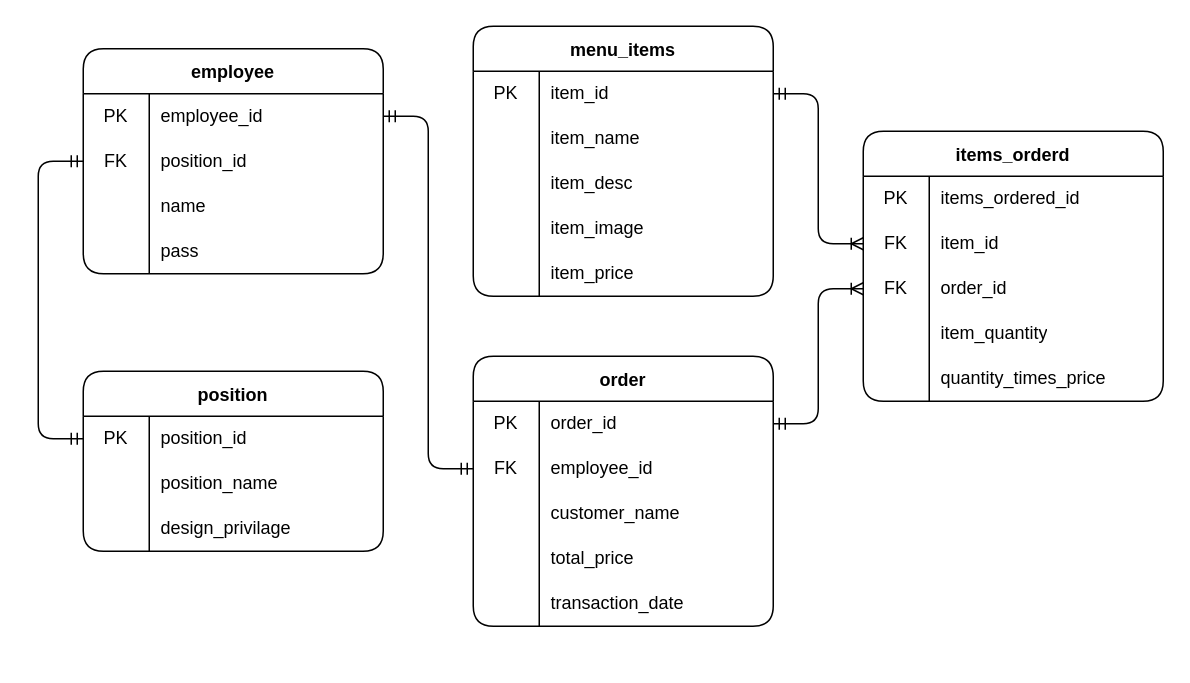
Earlier version of the draw.io diagram DOCS/Diagrams/ERD Diagram.drawio (alexxGmZ/MenuMaApp). Source tidied: cells renumbered, new cells numbered last; positions are measured from the earlier drawing's top-left corner, leaving out a move shared by most shapes. Both pictures are drawn from the tidied source at 150%, with x=0, y=0 at pixel (38, 26).
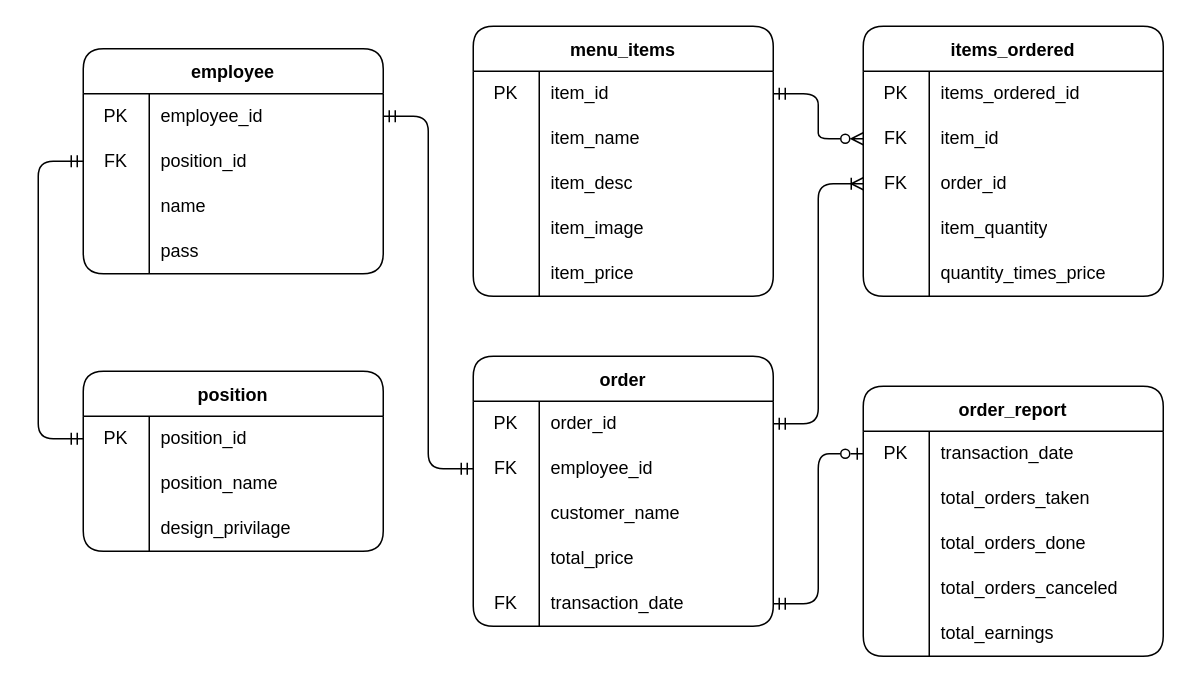
Above is the later version.

Commit message:
erd: add table for order_report

Unchanged cells that the change refers to:
```xml
<mxCell id="16" style="shape=tableRow;horizontal=0;startSize=0;swimlaneHead=0;swimlaneBody=0;top=0;left=0;bottom=0;right=0;fillColor=none;points=[[0,0.5],[1,0.5]];portConstraint=eastwest;" parent="15" vertex="1">
  <mxGeometry y="30" width="200" height="30" as="geometry" />
</mxCell>
<mxCell id="44" style="shape=tableRow;horizontal=0;startSize=0;swimlaneHead=0;swimlaneBody=0;top=0;left=0;bottom=0;right=0;fillColor=none;points=[[0,0.5],[1,0.5]];portConstraint=eastwest;" parent="31" vertex="1">
  <mxGeometry y="150" width="200" height="30" as="geometry" />
</mxCell>
<mxCell id="51" style="shape=tableRow;horizontal=0;startSize=0;swimlaneHead=0;swimlaneBody=0;top=0;left=0;bottom=0;right=0;fillColor=none;points=[[0,0.5],[1,0.5]];portConstraint=eastwest;" parent="47" vertex="1">
  <mxGeometry y="60" width="200" height="30" as="geometry" />
</mxCell>
```

What changed in the source:
```diff
@@
-    <mxCell id="45" style="shape=partialRectangle;html=1;whiteSpace=wrap;fillColor=none;top=0;left=0;bottom=0;right=0;overflow=hidden;" parent="44" vertex="1">
+    <mxCell id="45" value="FK" style="shape=partialRectangle;html=1;whiteSpace=wrap;fillColor=none;top=0;left=0;bottom=0;right=0;overflow=hidden;" parent="44" vertex="1">
       <mxGeometry width="44" height="30" as="geometry" />
     </mxCell>
@@
-    <mxCell id="47" value="items_orderd" style="shape=table;startSize=30;childLayout=tableLayout;rowLines=0;fontStyle=1;rounded=1;" parent="1" vertex="1">
-      <mxGeometry x="550" y="70" width="200" height="180" as="geometry" />
+    <mxCell id="47" value="items_ordered" style="shape=table;startSize=30;childLayout=tableLayout;rowLines=0;fontStyle=1;rounded=1;" parent="1" vertex="1">
+      <mxGeometry x="550" width="200" height="180" as="geometry" />
     </mxCell>
@@
-    <mxCell id="63" style="edgeStyle=entityRelationEdgeStyle;fontSize=12;html=1;endArrow=ERoneToMany;startArrow=ERmandOne;exitX=1;exitY=0.5;exitDx=0;exitDy=0;entryX=0;entryY=0.5;entryDx=0;entryDy=0;rounded=1;" parent="1" edge="1" source="16" target="51">
+    <mxCell id="63" style="edgeStyle=entityRelationEdgeStyle;fontSize=12;html=1;endArrow=ERzeroToMany;startArrow=ERmandOne;exitX=1;exitY=0.5;exitDx=0;exitDy=0;entryX=0;entryY=0.5;entryDx=0;entryDy=0;rounded=1;endFill=0;" parent="1" edge="1" source="16" target="51">
       <mxGeometry relative="1" as="geometry" />
     </mxCell>
@@
+    <mxCell id="77" value="order_report" style="shape=table;startSize=30;childLayout=tableLayout;rowLines=0;fontStyle=1;rounded=1;" parent="1" vertex="1">
+      <mxGeometry x="550" y="240" width="200" height="180" as="geometry" />
+    </mxCell>
+    <mxCell id="78" style="shape=tableRow;horizontal=0;startSize=0;swimlaneHead=0;swimlaneBody=0;top=0;left=0;bottom=0;right=0;fillColor=none;points=[[0,0.5],[1,0.5]];portConstraint=eastwest;" parent="77" vertex="1">
+      <mxGeometry y="30" width="200" height="30" as="geometry" />
+    </mxCell>
+    <mxCell id="79" value="PK" style="shape=partialRectangle;html=1;whiteSpace=wrap;fillColor=none;top=0;left=0;bottom=0;right=0;overflow=hidden;" parent="78" vertex="1">
+      <mxGeometry width="44" height="30" as="geometry" />
+    </mxCell>
+    <mxCell id="80" value="transaction_date" style="shape=partialRectangle;html=1;whiteSpace=wrap;fillColor=none;top=0;left=0;bottom=0;right=0;align=left;spacingLeft=6;overflow=hidden;" parent="78" vertex="1">
+      <mxGeometry x="44" width="156" height="30" as="geometry" />
+    </mxCell>
+    <mxCell id="81" style="shape=tableRow;horizontal=0;startSize=0;swimlaneHead=0;swimlaneBody=0;top=0;left=0;bottom=0;right=0;fillColor=none;" parent="77" vertex="1">
+      <mxGeometry y="60" width="200" height="30" as="geometry" />
+    </mxCell>
+    <mxCell id="82" style="shape=partialRectangle;html=1;whiteSpace=wrap;fillColor=none;top=0;left=0;bottom=0;right=0;overflow=hidden;" parent="81" vertex="1">
+      <mxGeometry width="44" height="30" as="geometry" />
+    </mxCell>
+    <mxCell id="83" value="total_orders_taken" style="shape=partialRectangle;html=1;whiteSpace=wrap;fillColor=none;top=0;left=0;bottom=0;right=0;align=left;spacingLeft=6;overflow=hidden;" parent="81" vertex="1">
+      <mxGeometry x="44" width="156" height="30" as="geometry" />
+    </mxCell>
+    <mxCell id="84" style="shape=tableRow;horizontal=0;startSize=0;swimlaneHead=0;swimlaneBody=0;top=0;left=0;bottom=0;right=0;fillColor=none;" parent="77" vertex="1">
+      <mxGeometry y="90" width="200" height="30" as="geometry" />
+    </mxCell>
+    <mxCell id="85" style="shape=partialRectangle;html=1;whiteSpace=wrap;fillColor=none;top=0;left=0;bottom=0;right=0;overflow=hidden;" parent="84" vertex="1">
+      <mxGeometry width="44" height="30" as="geometry" />
+    </mxCell>
+    <mxCell id="86" value="total_orders_done" style="shape=partialRectangle;html=1;whiteSpace=wrap;fillColor=none;top=0;left=0;bottom=0;right=0;align=left;spacingLeft=6;overflow=hidden;" parent="84" vertex="1">
+      <mxGeometry x="44" width="156" height="30" as="geometry" />
+    </mxCell>
+    <mxCell id="87" style="shape=tableRow;horizontal=0;startSize=0;swimlaneHead=0;swimlaneBody=0;top=0;left=0;bottom=0;right=0;fillColor=none;" parent="77" vertex="1">
+      <mxGeometry y="120" width="200" height="30" as="geometry" />
+    </mxCell>
+    <mxCell id="88" style="shape=partialRectangle;html=1;whiteSpace=wrap;fillColor=none;top=0;left=0;bottom=0;right=0;overflow=hidden;" parent="87" vertex="1">
+      <mxGeometry width="44" height="30" as="geometry" />
+    </mxCell>
+    <mxCell id="89" value="total_orders_canceled" style="shape=partialRectangle;html=1;whiteSpace=wrap;fillColor=none;top=0;left=0;bottom=0;right=0;align=left;spacingLeft=6;overflow=hidden;" parent="87" vertex="1">
+      <mxGeometry x="44" width="156" height="30" as="geometry" />
+    </mxCell>
+    <mxCell id="90" style="shape=tableRow;horizontal=0;startSize=0;swimlaneHead=0;swimlaneBody=0;top=0;left=0;bottom=0;right=0;fillColor=none;" parent="77" vertex="1">
+      <mxGeometry y="150" width="200" height="30" as="geometry" />
+    </mxCell>
+    <mxCell id="91" style="shape=partialRectangle;html=1;whiteSpace=wrap;fillColor=none;top=0;left=0;bottom=0;right=0;overflow=hidden;" parent="90" vertex="1">
+      <mxGeometry width="44" height="30" as="geometry" />
+    </mxCell>
+    <mxCell id="92" value="total_earnings" style="shape=partialRectangle;html=1;whiteSpace=wrap;fillColor=none;top=0;left=0;bottom=0;right=0;align=left;spacingLeft=6;overflow=hidden;" parent="90" vertex="1">
+      <mxGeometry x="44" width="156" height="30" as="geometry" />
+    </mxCell>
+    <mxCell id="93" style="edgeStyle=entityRelationEdgeStyle;fontSize=12;html=1;endArrow=ERzeroToOne;startArrow=ERmandOne;exitX=1;exitY=0.5;exitDx=0;exitDy=0;entryX=0;entryY=0.5;entryDx=0;entryDy=0;rounded=1;endFill=0;" parent="1" edge="1" source="44" target="78">
+      <mxGeometry relative="1" as="geometry" />
+    </mxCell>
```
